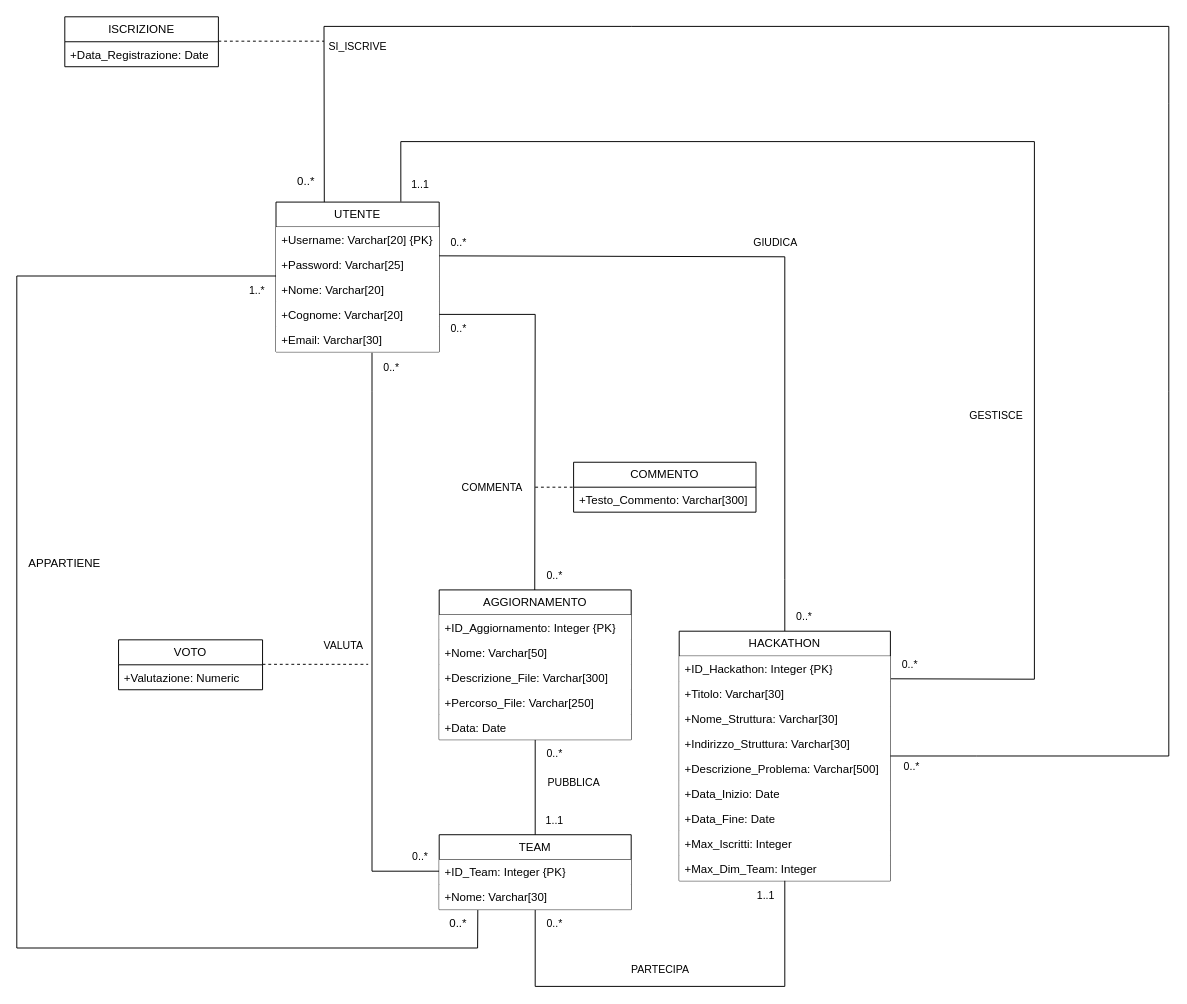
Before: Diagramma Hackathon Ristrutturato.drawio in galetizia/Progetto-DB, a draw.io diagram. Source tidied: cells renumbered, new cells numbered last; positions are measured from the earlier drawing's top-left corner, leaving out a move shared by most shapes. Both pictures are drawn from the tidied source at 96%, with x=0, y=0 at pixel (16, 16).
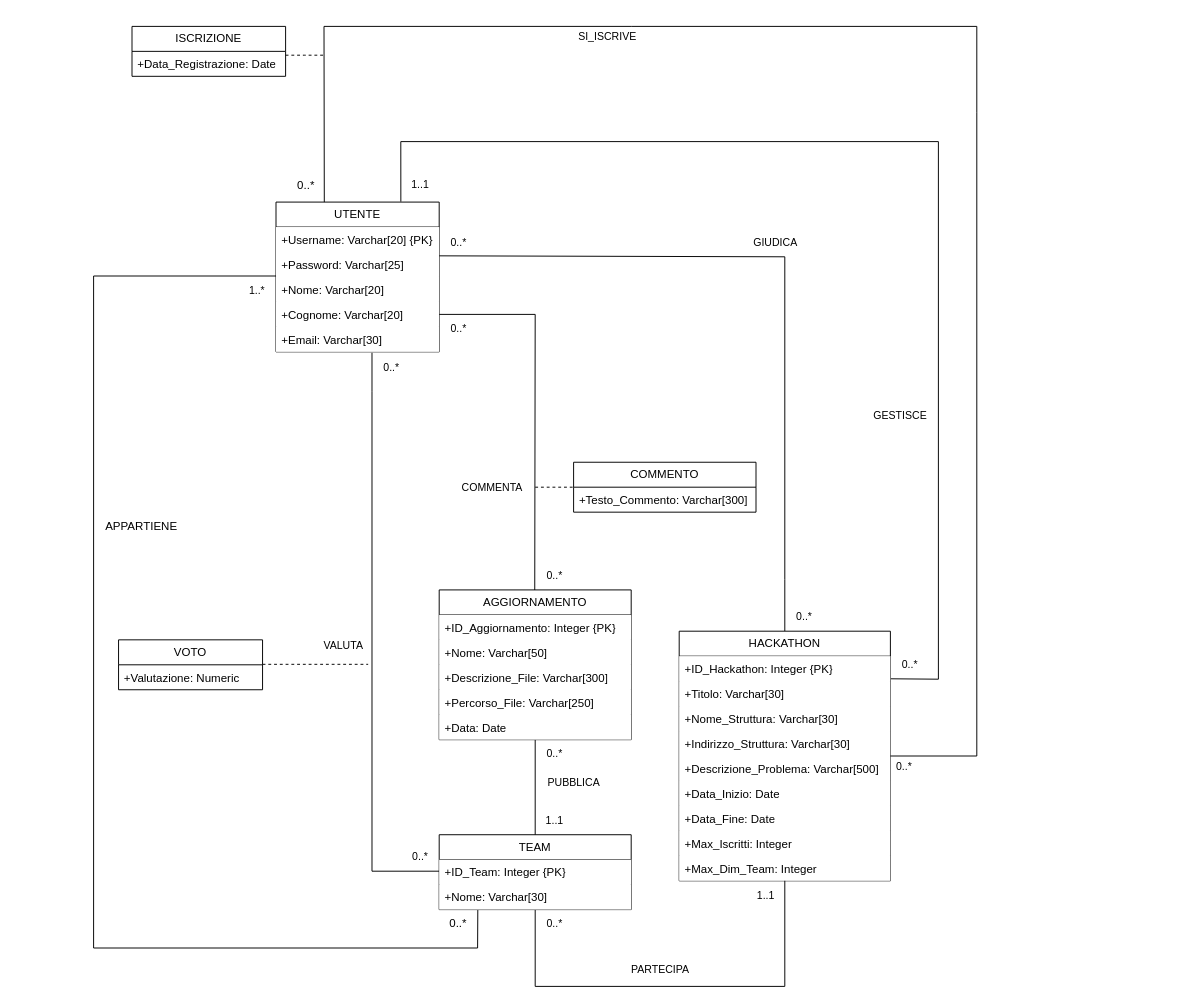
The same page after the edit.

Commit message (it also covers changes not shown here):
Aggiornata documentazione e sistemati diagrammi ulteriormente, quello ristrutturato è stato solo ristretto un pò poiché era troppo largo

The change refers to these unchanged cells:
```xml
<mxCell id="2" value="UTENTE" style="swimlane;fontStyle=0;horizontal=1;startSize=26;fillColor=default;whiteSpace=wrap;html=1;" parent="1" vertex="1">
  <mxGeometry x="270" y="193" width="170" height="156" as="geometry" />
</mxCell>
<mxCell id="4" value="+Password: Varchar[25]" style="text;strokeColor=none;fillColor=default;align=left;verticalAlign=top;spacingLeft=4;spacingRight=4;overflow=hidden;points=[[0,0.5],[1,0.5]];portConstraint=eastwest;whiteSpace=wrap;html=1;" parent="2" vertex="1">
  <mxGeometry y="52" width="170" height="26" as="geometry" />
</mxCell>
<mxCell id="12" value="+ID_Hackathon: Integer {PK}" style="text;strokeColor=none;fillColor=default;align=left;verticalAlign=top;spacingLeft=4;spacingRight=4;overflow=hidden;points=[[0,0.5],[1,0.5]];portConstraint=eastwest;whiteSpace=wrap;html=1;" parent="11" vertex="1">
  <mxGeometry y="26" width="220" height="26" as="geometry" />
</mxCell>
<mxCell id="64" value="0..*" style="text;html=1;whiteSpace=wrap;strokeColor=none;fillColor=none;align=center;verticalAlign=middle;rounded=0;" parent="1" vertex="1">
  <mxGeometry x="430" y="930" width="60" height="30" as="geometry" />
</mxCell>
```

The edit, as a diff of the source:
```diff
@@
     <mxCell id="10" style="edgeStyle=none;shape=connector;rounded=0;jettySize=auto;html=1;exitX=1;exitY=0.907;exitDx=0;exitDy=0;strokeColor=default;align=center;verticalAlign=middle;fontFamily=Helvetica;fontSize=11;fontColor=default;labelBackgroundColor=default;endArrow=none;exitPerimeter=0;entryX=0.765;entryY=-0.003;entryDx=0;entryDy=0;entryPerimeter=0;" parent="1" edge="1" source="12" target="2">
       <mxGeometry relative="1" as="geometry">
         <Array as="points">
-          <mxPoint x="1060" y="690" />
-          <mxPoint x="1060" y="130" />
+          <mxPoint x="960" y="690" />
+          <mxPoint x="960" y="130" />
           <mxPoint x="400" y="130" />
         </Array>
       </mxGeometry>
     </mxCell>
@@
     <mxCell id="36" value="GESTISCE" style="text;html=1;align=center;verticalAlign=middle;strokeColor=none;fillColor=none;fontFamily=Helvetica;fontSize=11;fontColor=default;labelBackgroundColor=default;" parent="1" vertex="1">
-      <mxGeometry x="980" y="400" width="80" height="30" as="geometry" />
+      <mxGeometry x="880" y="400" width="80" height="30" as="geometry" />
     </mxCell>
@@
     <mxCell id="54" style="endArrow=none;html=1;rounded=0;exitX=0.296;exitY=0;exitDx=0;exitDy=0;exitPerimeter=0;" parent="1" edge="1" source="2">
       <mxGeometry relative="1" as="geometry">
         <mxPoint x="910" y="770" as="targetPoint" />
         <Array as="points">
           <mxPoint x="320" y="10" />
           <mxPoint x="640" y="10" />
           <mxPoint x="820" y="10" />
-          <mxPoint x="1200" y="10" />
-          <mxPoint x="1200" y="90" />
-          <mxPoint x="1200" y="390" />
-          <mxPoint x="1200" y="770" />
+          <mxPoint x="1000" y="10" />
+          <mxPoint x="1000" y="100" />
           <mxPoint x="1000" y="770" />
         </Array>
       </mxGeometry>
     </mxCell>
@@
     <mxCell id="56" value="SI_ISCRIVE" style="edgeLabel;html=1;align=center;verticalAlign=middle;" parent="54" vertex="1">
       <mxGeometry x="-0.36" y="-1" relative="1" as="geometry">
-        <mxPoint x="-458" y="19" as="offset" />
+        <mxPoint x="-70" y="9" as="offset" />
       </mxGeometry>
     </mxCell>
@@
     <mxCell id="62" style="endArrow=none;html=1;rounded=0;exitX=0.837;exitY=0.016;exitDx=0;exitDy=0;exitPerimeter=0;entryX=0;entryY=0.962;entryDx=0;entryDy=0;entryPerimeter=0;" parent="1" edge="1" source="64" target="4">
       <mxGeometry relative="1" as="geometry">
         <Array as="points">
           <mxPoint x="480" y="970" />
-          <mxPoint y="970" />
-          <mxPoint y="270" />
+          <mxPoint x="80" y="970" />
+          <mxPoint x="80" y="270" />
         </Array>
       </mxGeometry>
     </mxCell>
     <mxCell id="63" value="APPARTIENE" style="text;html=1;whiteSpace=wrap;strokeColor=none;fillColor=none;align=center;verticalAlign=middle;rounded=0;" parent="1" vertex="1">
-      <mxGeometry x="20" y="555" width="60" height="30" as="geometry" />
+      <mxGeometry x="100" y="516" width="60" height="30" as="geometry" />
     </mxCell>
@@
     <mxCell id="65" value="ISCRIZIONE" style="swimlane;fontStyle=0;horizontal=1;startSize=26;fillColor=none;whiteSpace=wrap;html=1;" parent="1" vertex="1">
-      <mxGeometry x="50" width="160" height="52" as="geometry" />
+      <mxGeometry x="120" y="10" width="160" height="52" as="geometry" />
     </mxCell>
@@
-    <mxCell id="67" style="edgeStyle=none;shape=connector;rounded=0;orthogonalLoop=1;jettySize=auto;html=1;exitX=1;exitY=0.5;exitDx=0;exitDy=0;strokeColor=default;align=center;verticalAlign=middle;fontFamily=Helvetica;fontSize=11;fontColor=default;labelBackgroundColor=default;endArrow=none;dashed=1;" parent="1" edge="1">
+    <mxCell id="67" style="edgeStyle=none;shape=connector;rounded=0;orthogonalLoop=1;jettySize=auto;html=1;strokeColor=default;align=center;verticalAlign=middle;fontFamily=Helvetica;fontSize=11;fontColor=default;labelBackgroundColor=default;endArrow=none;dashed=1;" parent="1" edge="1">
       <mxGeometry relative="1" as="geometry">
-        <mxPoint x="210" y="25.4" as="sourcePoint" />
-        <mxPoint x="320" y="25.4" as="targetPoint" />
+        <mxPoint x="280" y="40" as="sourcePoint" />
+        <mxPoint x="320" y="40" as="targetPoint" />
+        <Array as="points">
+          <mxPoint x="300" y="40" />
+        </Array>
       </mxGeometry>
     </mxCell>
```
